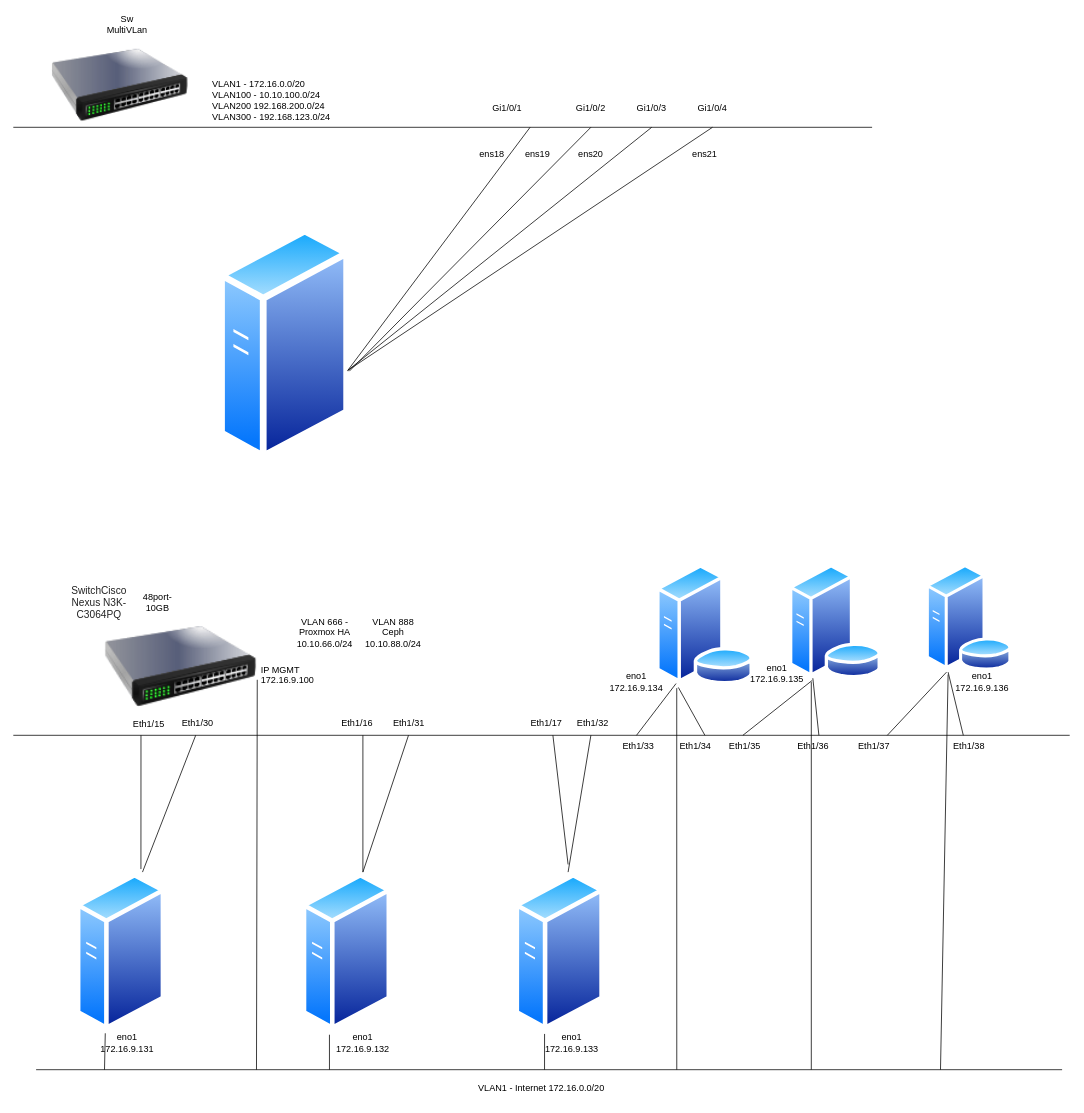
Earlier version of the draw.io diagram Ảo Hóa/KVM/KVM-Ubuntu22.04.drawio (tudv1989/THUCTAPNHANHOA2025-HATANG). Source tidied: cells renumbered, new cells numbered last; positions are measured from the earlier drawing's top-left corner, leaving out a move shared by most shapes. Both pictures are drawn from the tidied source at 76%, with x=0, y=0 at pixel (13, 13).
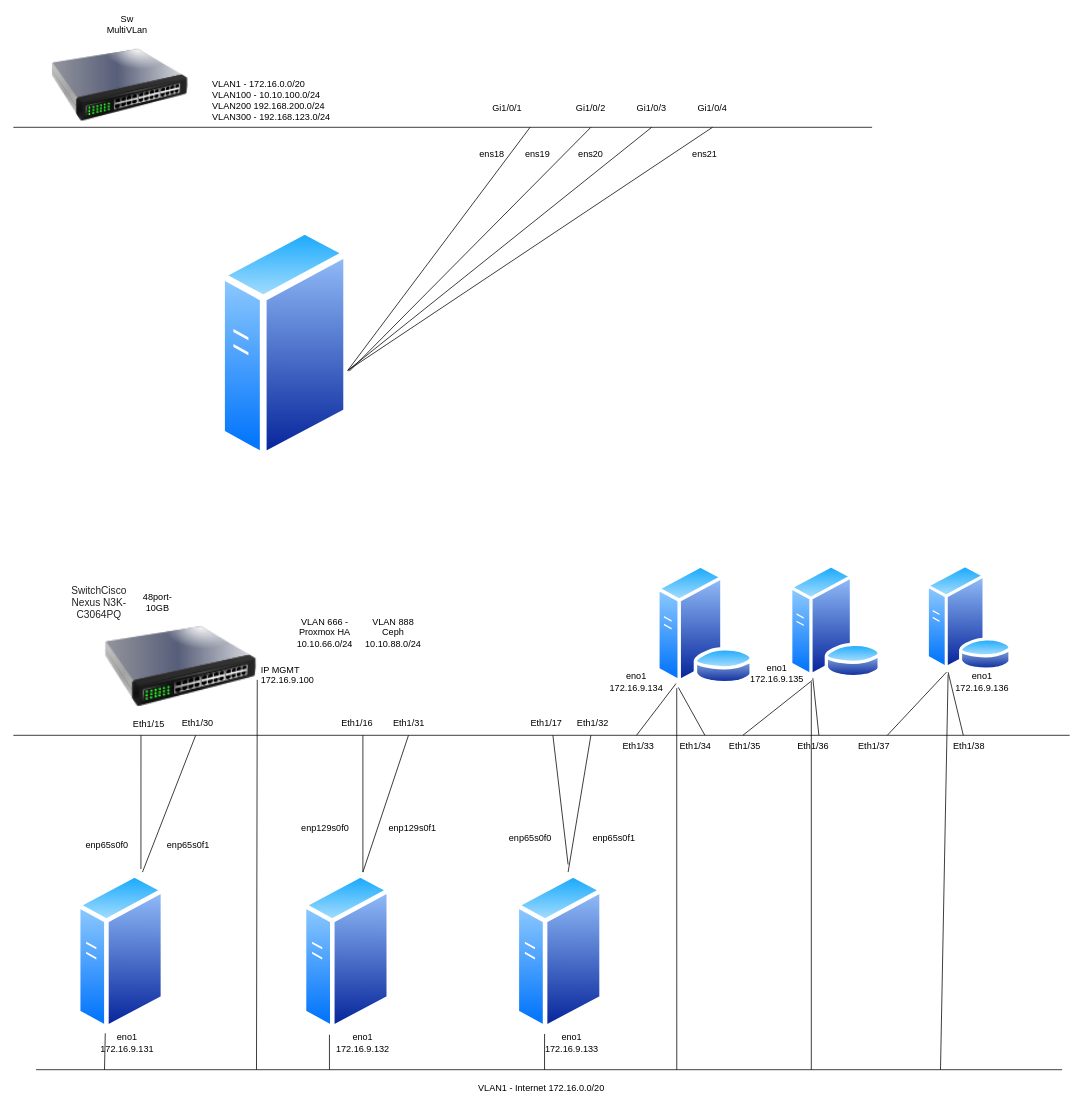
The same diagram, later.

What changed in the source:
```diff
@@
+    <mxCell id="71" value="enp65s0f0" style="text;html=1;align=center;verticalAlign=middle;strokeColor=none;fillColor=none;" parent="1" vertex="1">
+      <mxGeometry x="82.8" y="1080" width="80" height="30" as="geometry" />
+    </mxCell>
+    <mxCell id="72" value="enp65s0f1" style="text;html=1;align=center;verticalAlign=middle;strokeColor=none;fillColor=none;" parent="1" vertex="1">
+      <mxGeometry x="190" y="1080" width="80" height="30" as="geometry" />
+    </mxCell>
+    <mxCell id="73" value="enp129s0f0" style="text;html=1;align=center;verticalAlign=middle;strokeColor=none;fillColor=none;" parent="1" vertex="1">
+      <mxGeometry x="365" y="1058" width="90" height="30" as="geometry" />
+    </mxCell>
+    <mxCell id="74" value="enp129s0f1" style="text;html=1;align=center;verticalAlign=middle;strokeColor=none;fillColor=none;" parent="1" vertex="1">
+      <mxGeometry x="480" y="1058" width="90" height="30" as="geometry" />
+    </mxCell>
+    <mxCell id="75" value="enp65s0f0" style="text;html=1;align=center;verticalAlign=middle;strokeColor=none;fillColor=none;" parent="1" vertex="1">
+      <mxGeometry x="640" y="1070" width="80" height="30" as="geometry" />
+    </mxCell>
+    <mxCell id="76" value="enp65s0f1" style="text;html=1;align=center;verticalAlign=middle;strokeColor=none;fillColor=none;" parent="1" vertex="1">
+      <mxGeometry x="750" y="1070" width="80" height="30" as="geometry" />
+    </mxCell>
```
